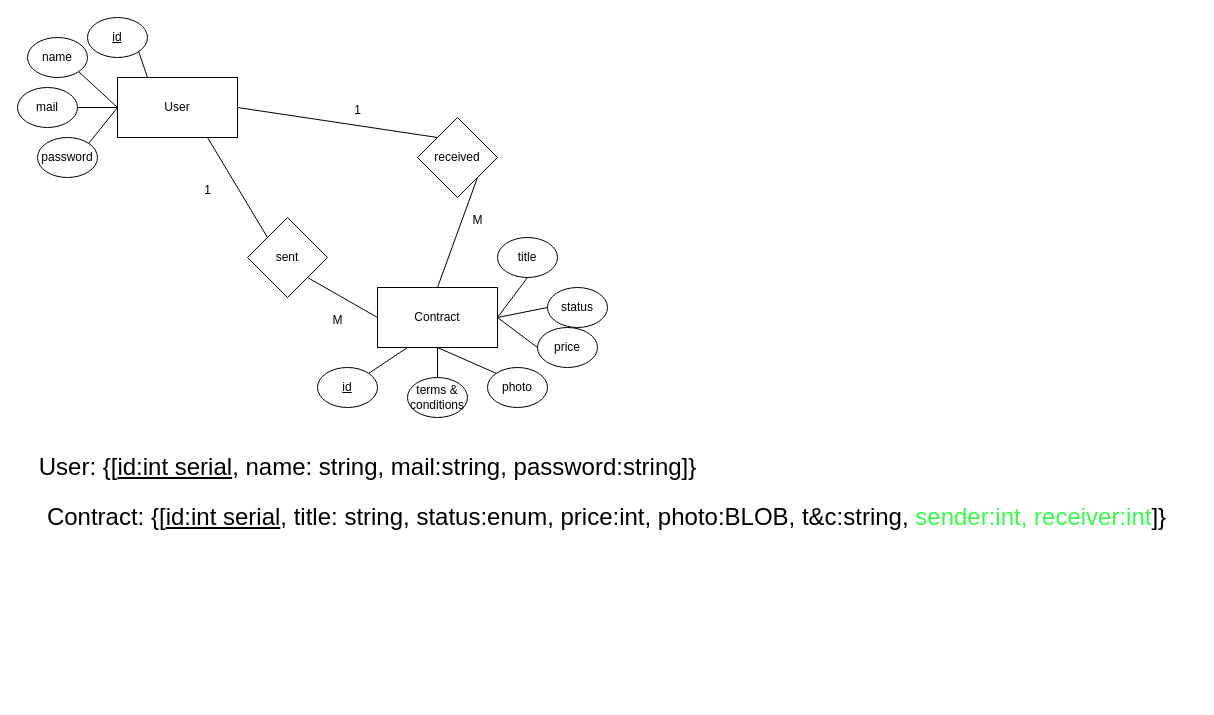
HolyCrusaD3R/Databases-1 keeps this draw.io diagram as tbctech.drawio. Above is the earlier version. Source tidied: cells renumbered, new cells numbered last; positions are measured from the earlier drawing's top-left corner, leaving out a move shared by most shapes. Both pictures are drawn from the tidied source at 100%, with x=0, y=0 at pixel (17, 17).
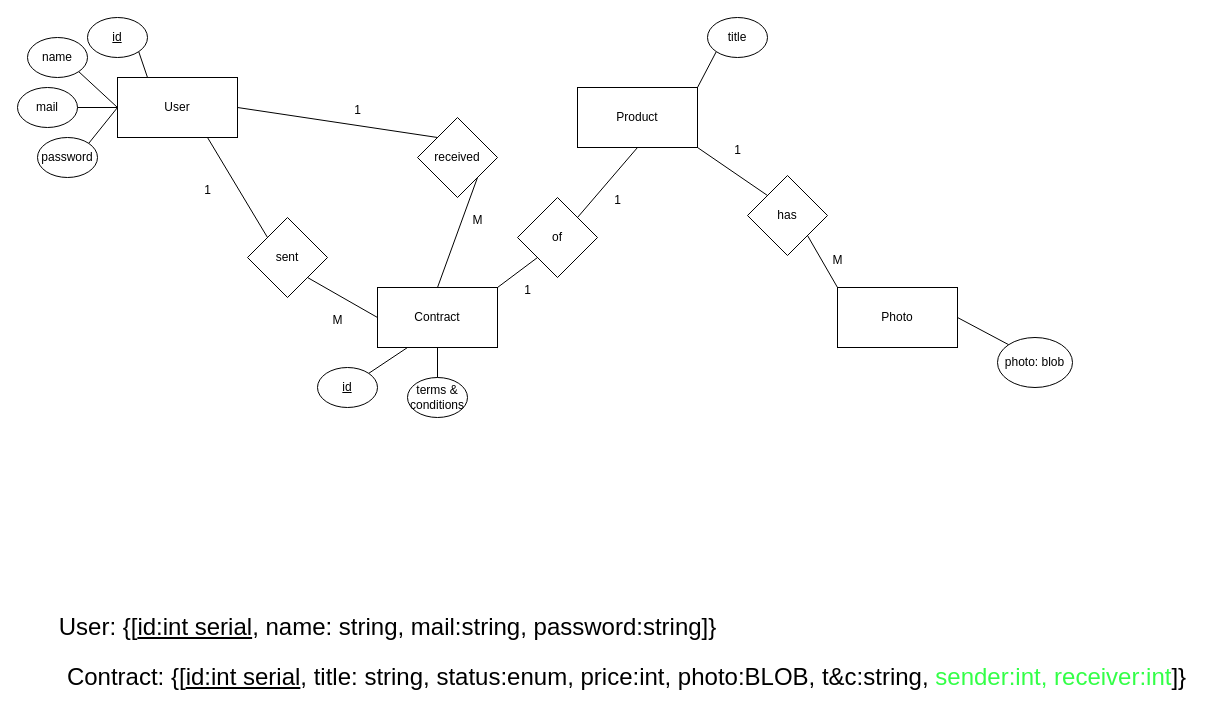
The same diagram, later.

Unchanged cells that the change refers to:
```xml
<mxCell id="11" value="Contract" style="rounded=0;whiteSpace=wrap;html=1;" parent="1" vertex="1">
  <mxGeometry x="360" y="270" width="120" height="60" as="geometry" />
</mxCell>
```

What changed in the source:
```diff
@@
-    <mxCell id="17" value="photo" style="ellipse;whiteSpace=wrap;html=1;" parent="1" vertex="1">
-      <mxGeometry x="470" y="350" width="60" height="40" as="geometry" />
-    </mxCell>
-    <mxCell id="18" style="endArrow=none;html=1;rounded=0;exitX=0;exitY=0;exitDx=0;exitDy=0;entryX=0.5;entryY=1;entryDx=0;entryDy=0;" parent="1" edge="1" source="17" target="11">
-      <mxGeometry relative="1" as="geometry" />
-    </mxCell>
-    <mxCell id="19" value="price" style="ellipse;whiteSpace=wrap;html=1;" parent="1" vertex="1">
-      <mxGeometry x="520" y="310" width="60" height="40" as="geometry" />
-    </mxCell>
-    <mxCell id="20" style="endArrow=none;html=1;rounded=0;exitX=0;exitY=0.5;exitDx=0;exitDy=0;entryX=1;entryY=0.5;entryDx=0;entryDy=0;" parent="1" edge="1" source="19" target="11">
-      <mxGeometry relative="1" as="geometry" />
-    </mxCell>
-    <mxCell id="21" value="title" style="ellipse;whiteSpace=wrap;html=1;" parent="1" vertex="1">
-      <mxGeometry x="480" y="220" width="60" height="40" as="geometry" />
-    </mxCell>
-    <mxCell id="22" style="endArrow=none;html=1;rounded=0;exitX=0.5;exitY=1;exitDx=0;exitDy=0;entryX=1;entryY=0.5;entryDx=0;entryDy=0;" parent="1" edge="1" source="21" target="11">
-      <mxGeometry relative="1" as="geometry" />
-    </mxCell>
-    <mxCell id="23" value="status" style="ellipse;whiteSpace=wrap;html=1;" parent="1" vertex="1">
-      <mxGeometry x="530" y="270" width="60" height="40" as="geometry" />
-    </mxCell>
-    <mxCell id="24" style="endArrow=none;html=1;rounded=0;exitX=0;exitY=0.5;exitDx=0;exitDy=0;" parent="1" edge="1" source="23">
-      <mxGeometry relative="1" as="geometry">
-        <mxPoint x="480" y="300" as="targetPoint" />
-      </mxGeometry>
-    </mxCell>
@@
     <mxCell id="34" value="&lt;font style=&quot;font-size: 24px;&quot;&gt;User: {[&lt;u style=&quot;&quot;&gt;id:int serial&lt;/u&gt;, name: string, mail:string, password:string]}&lt;/font&gt;" style="text;html=1;align=center;verticalAlign=middle;strokeColor=none;fillColor=none;" parent="1" vertex="1">
-      <mxGeometry x="10" y="430" width="680" height="40" as="geometry" />
+      <mxGeometry x="30" y="590" width="680" height="40" as="geometry" />
     </mxCell>
     <mxCell id="35" value="&lt;font style=&quot;font-size: 24px;&quot;&gt;Contract: {[&lt;u style=&quot;&quot;&gt;id:int serial&lt;/u&gt;, title: string, status:enum, price:int, photo:BLOB, t&amp;amp;c:string, &lt;font color=&quot;#33ff47&quot;&gt;sender:int, receiver:int&lt;/font&gt;]}&lt;/font&gt;" style="text;html=1;align=center;verticalAlign=middle;strokeColor=none;fillColor=none;" parent="1" vertex="1">
-      <mxGeometry x="19" y="480" width="1140" height="40" as="geometry" />
+      <mxGeometry x="39" y="640" width="1140" height="40" as="geometry" />
     </mxCell>
+    <mxCell id="36" value="Photo" style="rounded=0;whiteSpace=wrap;html=1;" parent="1" vertex="1">
+      <mxGeometry x="820" y="270" width="120" height="60" as="geometry" />
+    </mxCell>
+    <mxCell id="37" value="Product" style="rounded=0;whiteSpace=wrap;html=1;" parent="1" vertex="1">
+      <mxGeometry x="560" y="70" width="120" height="60" as="geometry" />
+    </mxCell>
+    <mxCell id="38" value="photo: blob" style="ellipse;whiteSpace=wrap;html=1;" parent="1" vertex="1">
+      <mxGeometry x="980" y="320" width="75" height="50" as="geometry" />
+    </mxCell>
+    <mxCell id="39" style="endArrow=none;html=1;rounded=0;entryX=1;entryY=0.5;entryDx=0;entryDy=0;exitX=0;exitY=0;exitDx=0;exitDy=0;" parent="1" edge="1" source="38" target="36">
+      <mxGeometry relative="1" as="geometry" />
+    </mxCell>
+    <mxCell id="40" value="has" style="rhombus;whiteSpace=wrap;html=1;" parent="1" vertex="1">
+      <mxGeometry x="730" y="158" width="80" height="80" as="geometry" />
+    </mxCell>
+    <mxCell id="41" style="endArrow=none;html=1;rounded=0;entryX=1;entryY=1;entryDx=0;entryDy=0;exitX=0;exitY=0;exitDx=0;exitDy=0;" parent="1" edge="1" source="40" target="37">
+      <mxGeometry relative="1" as="geometry" />
+    </mxCell>
+    <mxCell id="42" style="endArrow=none;html=1;rounded=0;entryX=1;entryY=1;entryDx=0;entryDy=0;exitX=0;exitY=0;exitDx=0;exitDy=0;" parent="1" edge="1" source="36" target="40">
+      <mxGeometry relative="1" as="geometry" />
+    </mxCell>
+    <mxCell id="43" value="1" style="text;html=1;align=center;verticalAlign=middle;strokeColor=none;fillColor=none;" parent="1" vertex="1">
+      <mxGeometry x="705" y="118" width="30" height="30" as="geometry" />
+    </mxCell>
+    <mxCell id="44" value="M" style="text;html=1;align=center;verticalAlign=middle;strokeColor=none;fillColor=none;" parent="1" vertex="1">
+      <mxGeometry x="805" y="228" width="30" height="30" as="geometry" />
+    </mxCell>
+    <mxCell id="45" style="endArrow=none;html=1;rounded=0;exitX=1;exitY=0;exitDx=0;exitDy=0;entryX=0;entryY=1;entryDx=0;entryDy=0;" parent="1" edge="1" source="11" target="46">
+      <mxGeometry relative="1" as="geometry" />
+    </mxCell>
+    <mxCell id="46" value="of" style="rhombus;whiteSpace=wrap;html=1;" parent="1" vertex="1">
+      <mxGeometry x="500" y="180" width="80" height="80" as="geometry" />
+    </mxCell>
+    <mxCell id="47" style="endArrow=none;html=1;rounded=0;entryX=0.5;entryY=1;entryDx=0;entryDy=0;exitX=1;exitY=0;exitDx=0;exitDy=0;" parent="1" edge="1" source="46" target="37">
+      <mxGeometry relative="1" as="geometry" />
+    </mxCell>
+    <mxCell id="48" value="1" style="text;html=1;align=center;verticalAlign=middle;strokeColor=none;fillColor=none;" parent="1" vertex="1">
+      <mxGeometry x="495" y="258" width="30" height="30" as="geometry" />
+    </mxCell>
+    <mxCell id="49" value="1" style="text;html=1;align=center;verticalAlign=middle;strokeColor=none;fillColor=none;" parent="1" vertex="1">
+      <mxGeometry x="585" y="168" width="30" height="30" as="geometry" />
+    </mxCell>
+    <mxCell id="21" value="title" style="ellipse;whiteSpace=wrap;html=1;" parent="1" vertex="1">
+      <mxGeometry x="690" width="60" height="40" as="geometry" />
+    </mxCell>
+    <mxCell id="50" style="endArrow=none;html=1;rounded=0;exitX=1;exitY=0;exitDx=0;exitDy=0;entryX=0;entryY=1;entryDx=0;entryDy=0;" parent="1" edge="1" source="37" target="21">
+      <mxGeometry relative="1" as="geometry" />
+    </mxCell>
```
